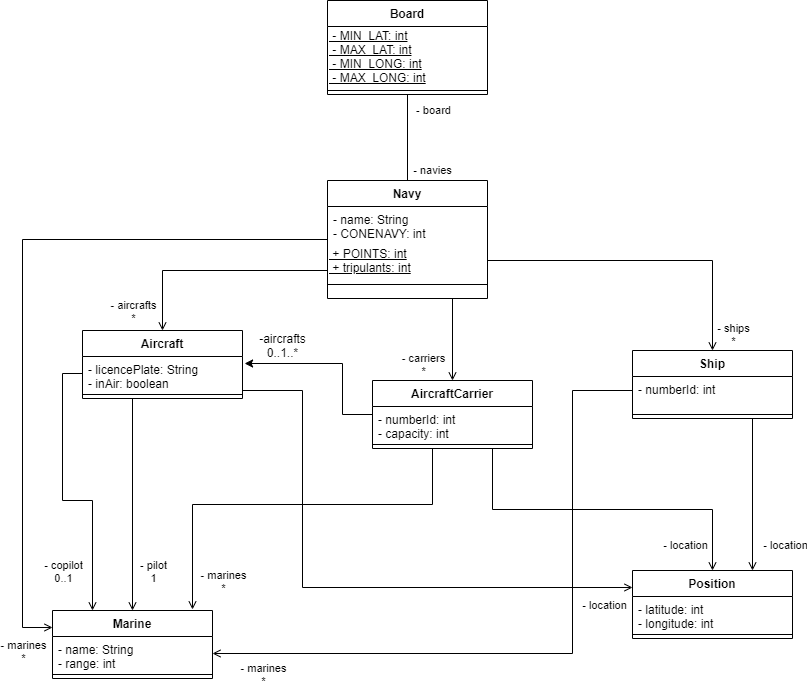
Earlier version of the draw.io export Imagenes/BatallaNaval.png (Sprastrum/BatallaNaval). Source tidied: cells renumbered, new cells last; positions are measured from the earlier drawing's top-left corner, leaving out a move shared by most shapes.
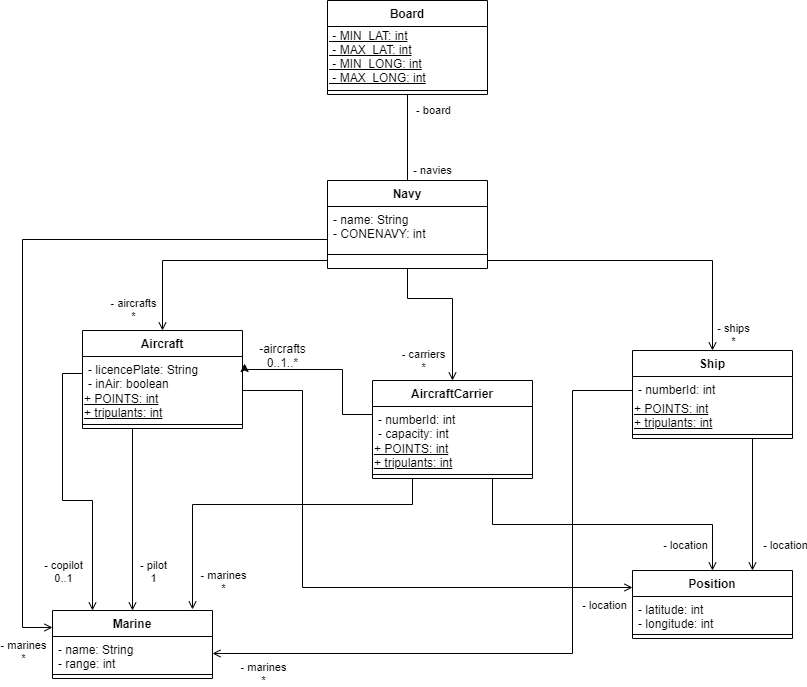
The same diagram one commit later.

What changed in the source:
```diff
@@ -19,10 +19,11 @@
     <mxCell id="6" style="line;strokeWidth=1;fillColor=none;align=left;verticalAlign=middle;spacingTop=-1;spacingLeft=3;spacingRight=3;labelPosition=right;" parent="4" vertex="1">
       <mxGeometry y="86" width="160" height="8" as="geometry" />
     </mxCell>
-    <mxCell id="7" style="edgeStyle=orthogonalEdgeStyle;rounded=0;jettySize=auto;html=1;endArrow=open;endFill=0;exitX=0;exitY=1;exitDx=0;exitDy=0;" parent="1" edge="1" source="17" target="22">
+    <mxCell id="7" style="edgeStyle=orthogonalEdgeStyle;rounded=0;jettySize=auto;html=1;endArrow=open;endFill=0;exitX=0;exitY=0.75;exitDx=0;exitDy=0;" parent="1" edge="1" source="15" target="22">
       <mxGeometry relative="1" as="geometry">
         <Array as="points">
-          <mxPoint x="140" y="270" />
+          <mxPoint x="305" y="260" />
+          <mxPoint x="140" y="260" />
         </Array>
       </mxGeometry>
     </mxCell>
@@ -43,8 +44,9 @@
         <mxPoint x="-28" y="-2" as="offset" />
       </mxGeometry>
     </mxCell>
-    <mxCell id="11" style="edgeStyle=orthogonalEdgeStyle;rounded=0;jettySize=auto;html=1;exitX=1;exitY=0.5;exitDx=0;exitDy=0;entryX=0.5;entryY=0;entryDx=0;entryDy=0;endArrow=open;endFill=0;" parent="1" edge="1" source="17" target="32">
+    <mxCell id="11" style="edgeStyle=orthogonalEdgeStyle;rounded=0;jettySize=auto;html=1;exitX=1;exitY=0.5;exitDx=0;exitDy=0;entryX=0.5;entryY=0;entryDx=0;entryDy=0;endArrow=open;endFill=0;" parent="1" edge="1" target="32">
       <mxGeometry relative="1" as="geometry">
+        <mxPoint x="465" y="260" as="sourcePoint" />
         <Array as="points">
           <mxPoint x="690" y="260" />
         </Array>
@@ -70,16 +72,13 @@
       </mxGeometry>
     </mxCell>
     <mxCell id="15" value="Navy" style="swimlane;fontStyle=1;align=center;verticalAlign=top;horizontal=1;startSize=26;" parent="1" vertex="1">
-      <mxGeometry x="305" y="180" width="160" height="118" as="geometry" />
+      <mxGeometry x="305" y="180" width="160" height="88" as="geometry" />
     </mxCell>
     <mxCell id="16" value="- name: String&#10;- CONENAVY: int" style="text;strokeColor=none;fillColor=none;align=left;verticalAlign=top;spacingLeft=4;spacingRight=4;overflow=hidden;" parent="15" vertex="1">
-      <mxGeometry y="26" width="160" height="44" as="geometry" />
+      <mxGeometry y="26" width="160" height="34" as="geometry" />
     </mxCell>
-    <mxCell id="17" value="&lt;u&gt;&amp;nbsp;+&amp;nbsp;POINTS: int&lt;br&gt;&amp;nbsp;+ tripulants: int&lt;/u&gt;" style="text;html=1;strokeColor=none;fillColor=none;align=left;verticalAlign=middle;whiteSpace=wrap;rounded=0;" parent="15" vertex="1">
-      <mxGeometry y="70" width="160" height="20" as="geometry" />
-    </mxCell>
     <mxCell id="18" style="line;strokeWidth=1;fillColor=none;align=left;verticalAlign=middle;spacingTop=-1;spacingLeft=3;spacingRight=3;labelPosition=right;" parent="15" vertex="1">
-      <mxGeometry y="90" width="160" height="28" as="geometry" />
+      <mxGeometry y="60" width="160" height="28" as="geometry" />
     </mxCell>
     <mxCell id="19" style="edgeStyle=orthogonalEdgeStyle;rounded=0;jettySize=auto;html=1;entryX=0;entryY=0.25;entryDx=0;entryDy=0;endArrow=open;endFill=0;exitX=1;exitY=0.5;exitDx=0;exitDy=0;" parent="1" edge="1" source="23" target="38">
       <mxGeometry relative="1" as="geometry">
@@ -98,27 +97,30 @@
     <mxCell id="21" style="edgeStyle=orthogonalEdgeStyle;rounded=0;jettySize=auto;html=1;entryX=0.5;entryY=0;entryDx=0;entryDy=0;endArrow=open;endFill=0;exitX=0.25;exitY=1;exitDx=0;exitDy=0;" parent="1" edge="1" source="22" target="35">
       <mxGeometry relative="1" as="geometry">
         <Array as="points">
-          <mxPoint x="110" y="398" />
+          <mxPoint x="110" y="428" />
         </Array>
       </mxGeometry>
     </mxCell>
     <mxCell id="22" value="Aircraft" style="swimlane;fontStyle=1;align=center;verticalAlign=top;horizontal=1;startSize=26;" parent="1" vertex="1">
-      <mxGeometry x="60" y="330" width="160" height="68" as="geometry" />
+      <mxGeometry x="60" y="330" width="160" height="98" as="geometry" />
     </mxCell>
-    <mxCell id="23" value="- licencePlate: String&#10;- inAir: boolean" style="text;strokeColor=none;fillColor=none;align=left;verticalAlign=top;spacingLeft=4;spacingRight=4;overflow=hidden;points=[[0,0.5],[1,0.5]];portConstraint=eastwest;" parent="22" vertex="1">
+    <mxCell id="23" value="- licencePlate: String&#10;- inAir: boolean&#10;" style="text;strokeColor=none;fillColor=none;align=left;verticalAlign=top;spacingLeft=4;spacingRight=4;overflow=hidden;points=[[0,0.5],[1,0.5]];portConstraint=eastwest;" parent="22" vertex="1">
       <mxGeometry y="26" width="160" height="34" as="geometry" />
     </mxCell>
+    <mxCell id="50" value="&lt;u&gt;&lt;span&gt;+&amp;nbsp;POINTS: int&lt;/span&gt;&lt;br style=&quot;padding: 0px ; margin: 0px&quot;&gt;&lt;span&gt;+ tripulants: int&lt;/span&gt;&lt;/u&gt;" style="text;html=1;align=left;verticalAlign=middle;" parent="22" vertex="1">
+      <mxGeometry y="60" width="160" height="30" as="geometry" />
+    </mxCell>
     <mxCell id="24" style="line;strokeWidth=1;fillColor=none;align=left;verticalAlign=middle;spacingTop=-1;spacingLeft=3;spacingRight=3;labelPosition=right;" parent="22" vertex="1">
-      <mxGeometry y="60" width="160" height="8" as="geometry" />
+      <mxGeometry y="90" width="160" height="8" as="geometry" />
     </mxCell>
     <mxCell id="25" style="edgeStyle=orthogonalEdgeStyle;rounded=0;jettySize=auto;html=1;exitX=0.75;exitY=1;exitDx=0;exitDy=0;endArrow=open;endFill=0;" parent="1" edge="1" source="28" target="38">
       <mxGeometry relative="1" as="geometry" />
     </mxCell>
-    <mxCell id="26" style="edgeStyle=orthogonalEdgeStyle;rounded=0;jettySize=auto;html=1;exitX=0.25;exitY=1;exitDx=0;exitDy=0;entryX=0.875;entryY=-0.015;entryDx=0;entryDy=0;endArrow=open;endFill=0;entryPerimeter=0;" parent="1" edge="1" source="28" target="35">
+    <mxCell id="26" style="edgeStyle=orthogonalEdgeStyle;rounded=0;jettySize=auto;html=1;entryX=0.875;entryY=-0.015;entryDx=0;entryDy=0;endArrow=open;endFill=0;entryPerimeter=0;" parent="1" edge="1" target="35">
       <mxGeometry relative="1" as="geometry">
+        <mxPoint x="390" y="478" as="sourcePoint" />
         <Array as="points">
-          <mxPoint x="410" y="448" />
-          <mxPoint x="410" y="504" />
+          <mxPoint x="390" y="504" />
           <mxPoint x="170" y="504" />
         </Array>
       </mxGeometry>
@@ -127,30 +129,36 @@
       <mxGeometry relative="1" as="geometry">
         <Array as="points">
           <mxPoint x="320" y="414" />
-          <mxPoint x="320" y="363" />
+          <mxPoint x="320" y="369" />
         </Array>
       </mxGeometry>
     </mxCell>
     <mxCell id="28" value="AircraftCarrier&#10;" style="swimlane;fontStyle=1;align=center;verticalAlign=top;horizontal=1;startSize=26;" parent="1" vertex="1">
-      <mxGeometry x="350" y="380" width="160" height="68" as="geometry" />
+      <mxGeometry x="350" y="380" width="160" height="98" as="geometry" />
     </mxCell>
-    <mxCell id="29" value="- numberId: int&#10;- capacity: int" style="text;strokeColor=none;fillColor=none;align=left;verticalAlign=top;spacingLeft=4;spacingRight=4;overflow=hidden;" parent="28" vertex="1">
+    <mxCell id="29" value="- numberId: int&#10;- capacity: int&#10;" style="text;strokeColor=none;fillColor=none;align=left;verticalAlign=top;spacingLeft=4;spacingRight=4;overflow=hidden;" parent="28" vertex="1">
       <mxGeometry y="26" width="160" height="34" as="geometry" />
     </mxCell>
+    <mxCell id="51" value="&lt;u&gt;&lt;span&gt;+&amp;nbsp;POINTS: int&lt;/span&gt;&lt;br style=&quot;padding: 0px ; margin: 0px&quot;&gt;&lt;span&gt;+ tripulants: int&lt;/span&gt;&lt;/u&gt;" style="text;html=1;align=left;verticalAlign=middle;" parent="28" vertex="1">
+      <mxGeometry y="60" width="160" height="30" as="geometry" />
+    </mxCell>
     <mxCell id="30" style="line;strokeWidth=1;fillColor=none;align=left;verticalAlign=middle;spacingTop=-1;spacingLeft=3;spacingRight=3;labelPosition=right;" parent="28" vertex="1">
-      <mxGeometry y="60" width="160" height="8" as="geometry" />
+      <mxGeometry y="90" width="160" height="8" as="geometry" />
     </mxCell>
     <mxCell id="31" style="edgeStyle=orthogonalEdgeStyle;rounded=0;jettySize=auto;html=1;exitX=0.75;exitY=1;exitDx=0;exitDy=0;entryX=0.75;entryY=0;entryDx=0;entryDy=0;endArrow=open;endFill=0;" parent="1" edge="1" source="32" target="38">
       <mxGeometry relative="1" as="geometry" />
     </mxCell>
     <mxCell id="32" value="Ship" style="swimlane;fontStyle=1;align=center;verticalAlign=top;horizontal=1;startSize=26;" parent="1" vertex="1">
-      <mxGeometry x="610" y="350" width="160" height="68" as="geometry" />
+      <mxGeometry x="610" y="350" width="160" height="88" as="geometry" />
     </mxCell>
-    <mxCell id="33" value="- numberId: int" style="text;strokeColor=none;fillColor=none;align=left;verticalAlign=top;spacingLeft=4;spacingRight=4;overflow=hidden;points=[[0,0.5],[1,0.5]];portConstraint=eastwest;" parent="32" vertex="1">
-      <mxGeometry y="26" width="160" height="34" as="geometry" />
+    <mxCell id="33" value="- numberId: int&#10;" style="text;strokeColor=none;fillColor=none;align=left;verticalAlign=top;spacingLeft=4;spacingRight=4;overflow=hidden;points=[[0,0.5],[1,0.5]];portConstraint=eastwest;" parent="32" vertex="1">
+      <mxGeometry y="26" width="160" height="24" as="geometry" />
     </mxCell>
+    <mxCell id="52" value="&lt;u&gt;&lt;span&gt;+&amp;nbsp;POINTS: int&lt;/span&gt;&lt;br style=&quot;padding: 0px ; margin: 0px&quot;&gt;&lt;span&gt;+ tripulants: int&lt;/span&gt;&lt;/u&gt;" style="text;html=1;align=left;verticalAlign=middle;" parent="32" vertex="1">
+      <mxGeometry y="50" width="160" height="30" as="geometry" />
+    </mxCell>
     <mxCell id="34" style="line;strokeWidth=1;fillColor=none;align=left;verticalAlign=middle;spacingTop=-1;spacingLeft=3;spacingRight=3;labelPosition=right;" parent="32" vertex="1">
-      <mxGeometry y="60" width="160" height="8" as="geometry" />
+      <mxGeometry y="80" width="160" height="8" as="geometry" />
     </mxCell>
     <mxCell id="35" value="Marine" style="swimlane;fontStyle=1;align=center;verticalAlign=top;horizontal=1;startSize=26;" parent="1" vertex="1">
       <mxGeometry x="30" y="610" width="160" height="68" as="geometry" />
@@ -209,7 +217,7 @@
       </mxGeometry>
     </mxCell>
     <mxCell id="49" value="-aircrafts&lt;br&gt;0..1..*" style="text;html=1;align=center;verticalAlign=middle;" parent="1" vertex="1">
-      <mxGeometry x="230" y="330" width="60" height="30" as="geometry" />
+      <mxGeometry x="230" y="340" width="60" height="30" as="geometry" />
     </mxCell>
   </root>
 </mxGraphModel>
```
